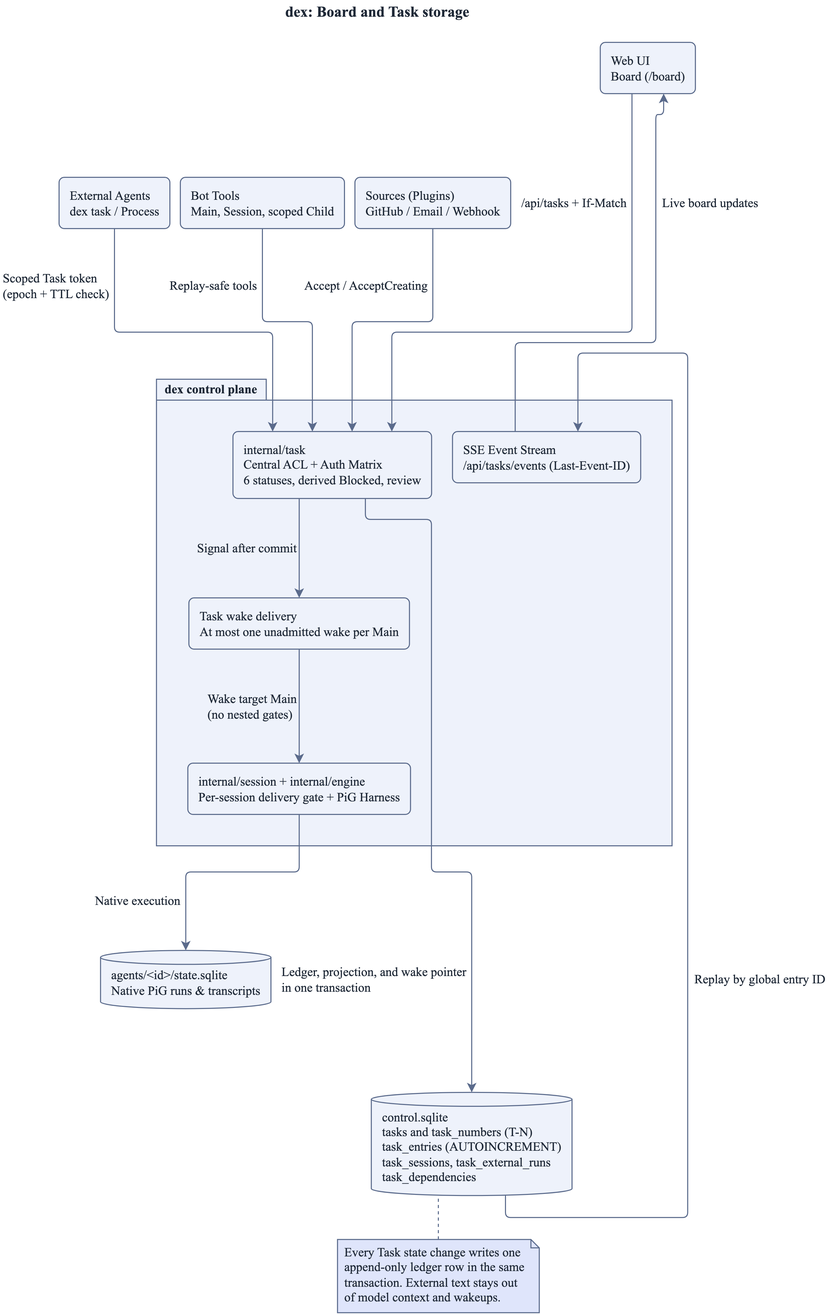
The PlantUML diagram docs/assets/task-board.png in recally-io/dex, before a commit. Its source is kept beside it as docs/assets/src/task-board.puml.
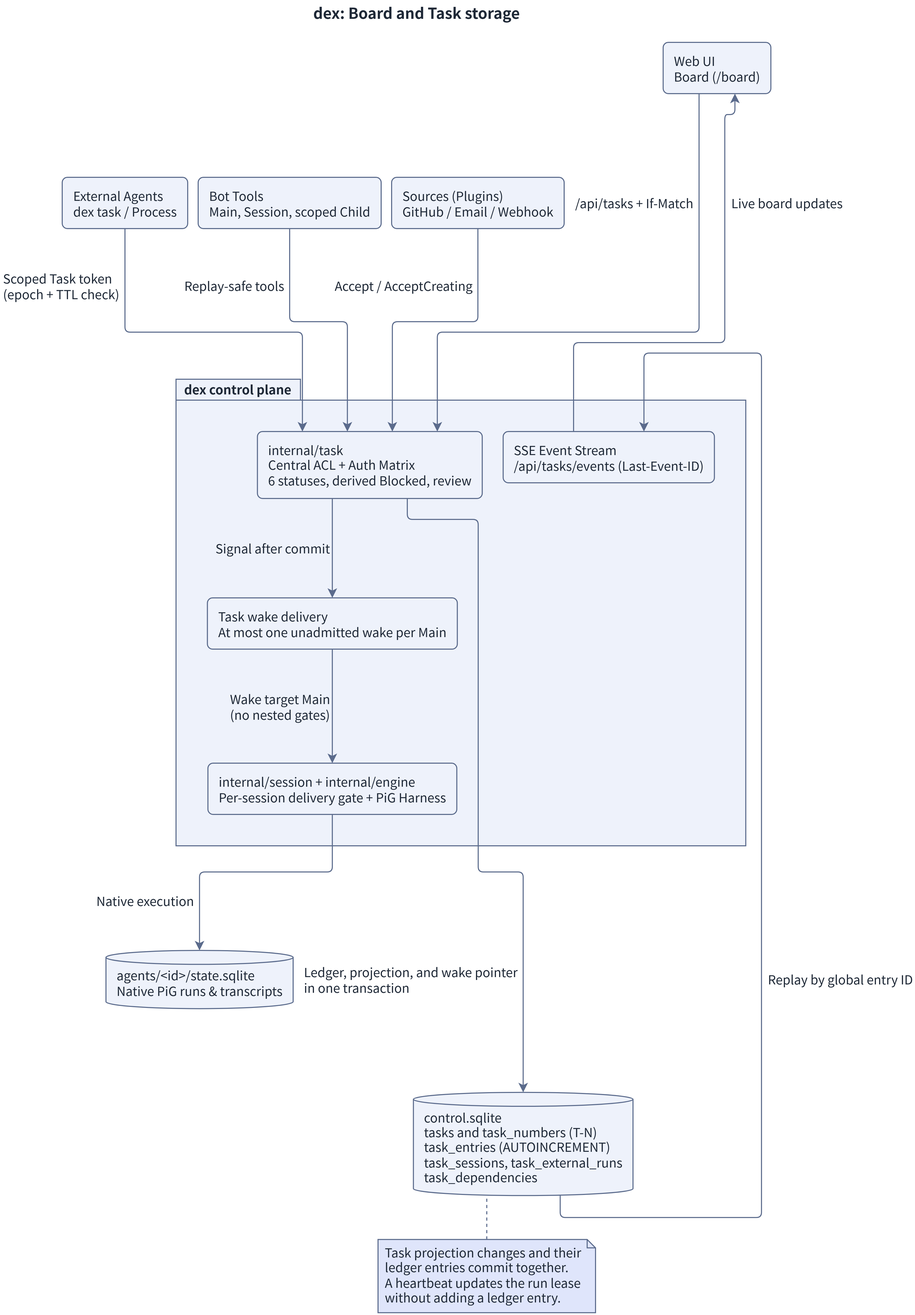
After the commit.

Diff of the diagram source:
```diff
@@ -74,9 +74,9 @@
 wake --> runtime : Wake target Main\n(no nested gates)
 runtime --> adb : Native execution
 note bottom of cdb
-  Every Task state change writes one
-  append-only ledger row in the same
-  transaction. External text stays out
-  of model context and wakeups.
+  Task projection changes and their
+  ledger entries commit together.
+  A heartbeat updates the run lease
+  without adding a ledger entry.
 end note
 @enduml
```
